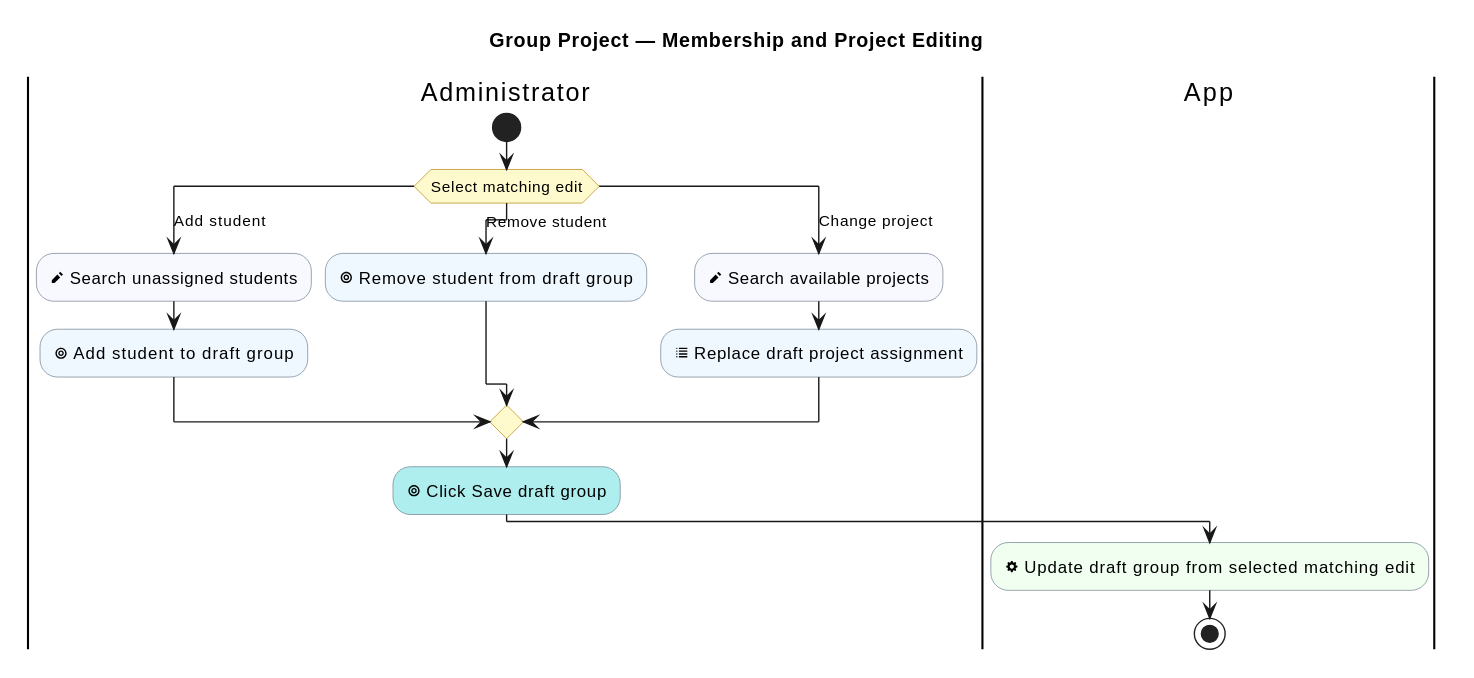
This is industrial-placement-group-project/diagrams/group-project/membership-and-project-editing.svg from sdflkjssl/sdflkjssl.github.io, a PlantUML export, as it was before one commit.
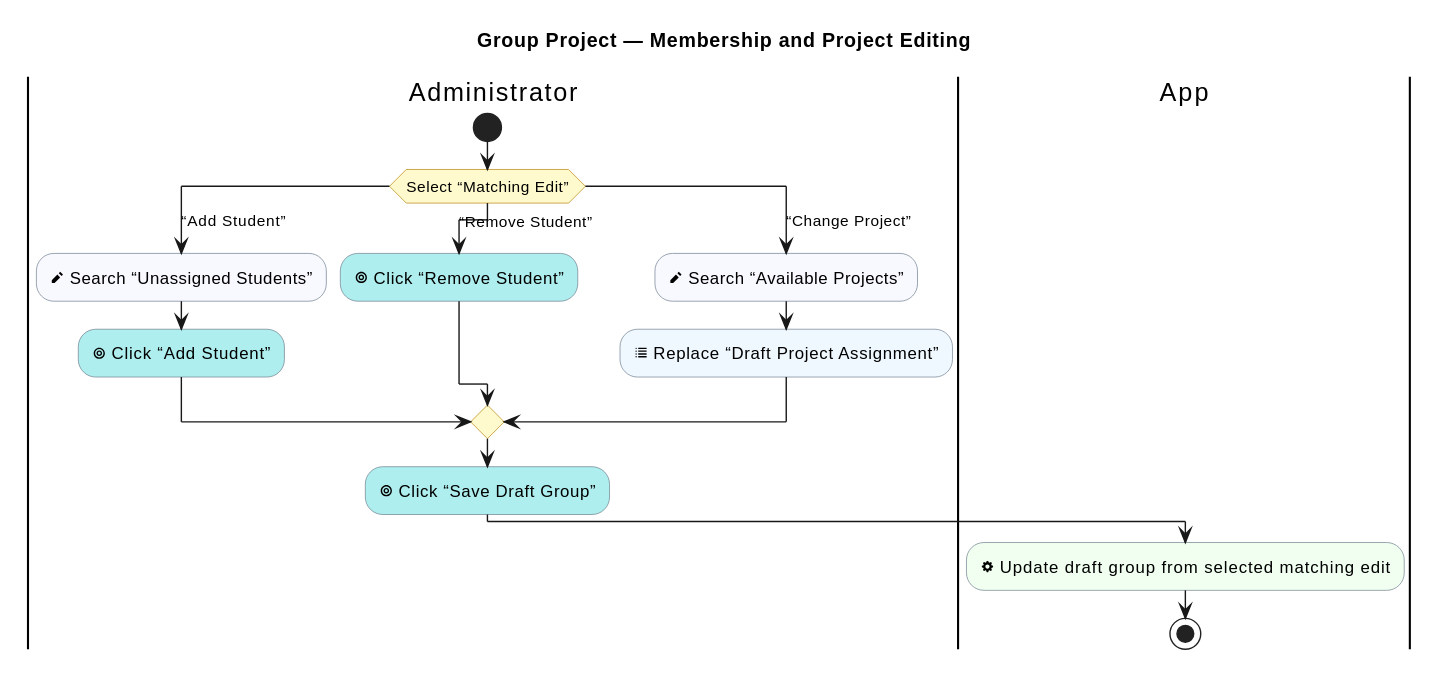
Later version of the same file.

The edit, as a diff of the source:
```diff
@@ -12,17 +12,17 @@
 
 |Administrator|
 start
-switch (Select matching edit)
-case (Add student)
-  :<&pencil> Search unassigned students; <<#GhostWhite>>
-  :<&target> Add student to draft group; <<#AliceBlue>>
-case (Remove student)
-  :<&target> Remove student from draft group; <<#AliceBlue>>
-case (Change project)
-  :<&pencil> Search available projects; <<#GhostWhite>>
-  :<&list> Replace draft project assignment; <<#AliceBlue>>
+switch (Select “Matching Edit”)
+case (“Add Student”)
+  :<&pencil> Search “Unassigned Students”; <<#GhostWhite>>
+  :<&target> Click “Add Student”; <<#PaleTurquoise>>
+case (“Remove Student”)
+  :<&target> Click “Remove Student”; <<#PaleTurquoise>>
+case (“Change Project”)
+  :<&pencil> Search “Available Projects”; <<#GhostWhite>>
+  :<&list> Replace “Draft Project Assignment”; <<#AliceBlue>>
 endswitch
-:<&target> Click Save draft group; <<#PaleTurquoise>>
+:<&target> Click “Save Draft Group”; <<#PaleTurquoise>>
 
 |App|
 :<&cog> Update draft group from selected matching edit; <<#HoneyDew>>
```
